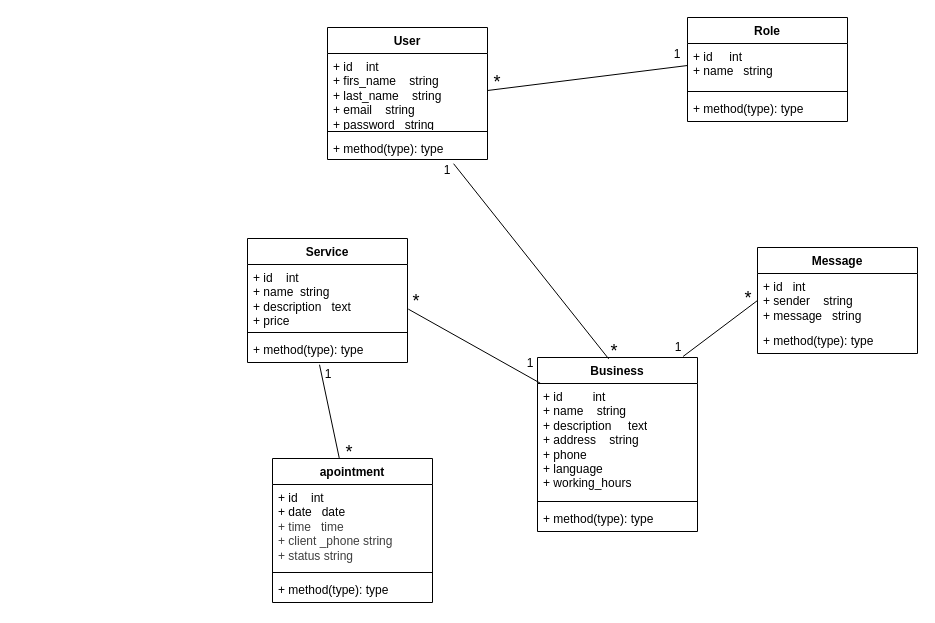
zakariaallam/SmartReply keeps this draw.io diagram as UML/Diagramme se class (SmartReplay).drawio. Above is the earlier version. Source tidied: cells renumbered, new cells numbered last; positions are measured from the earlier drawing's top-left corner, leaving out a move shared by most shapes. Both pictures are drawn from the tidied source at 100%, with x=0, y=0 at pixel (247, 17).
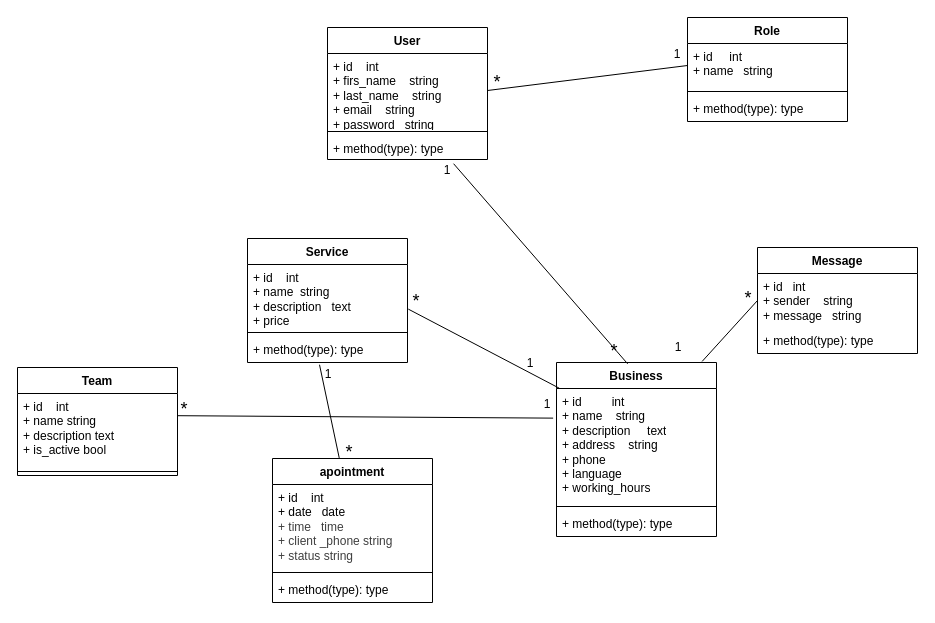
Above is the later version.

Unchanged cells that the change refers to:
```xml
<mxCell id="18" value="+ id&amp;nbsp; &amp;nbsp; &amp;nbsp; &amp;nbsp; &amp;nbsp;int&lt;div&gt;+ name&amp;nbsp; &amp;nbsp; string&lt;br&gt;&lt;div&gt;+ description&amp;nbsp; &amp;nbsp; &amp;nbsp;text&lt;/div&gt;&lt;div&gt;+ address&amp;nbsp; &amp;nbsp; string&lt;/div&gt;&lt;div&gt;+ phone&amp;nbsp; &amp;nbsp;&lt;/div&gt;&lt;div&gt;+ language&lt;/div&gt;&lt;div&gt;+ working_hours&lt;/div&gt;&lt;/div&gt;" style="text;strokeColor=none;fillColor=none;align=left;verticalAlign=top;spacingLeft=4;spacingRight=4;overflow=hidden;points=[[0,0.5],[1,0.5]];portConstraint=eastwest;whiteSpace=wrap;html=1;" parent="17" vertex="1">
  <mxGeometry y="26" width="160" height="114" as="geometry" />
</mxCell>
```

Diff of the diagram source:
```diff
@@
     <mxCell id="17" value="Business" style="swimlane;fontStyle=1;align=center;verticalAlign=top;horizontal=1;startSize=26;whiteSpace=wrap;html=1;" parent="1" vertex="1">
-      <mxGeometry x="290" y="340" width="160" height="174" as="geometry" />
+      <mxGeometry x="309" y="345" width="160" height="174" as="geometry" />
     </mxCell>
@@
+    <mxCell id="40" value="Team" style="swimlane;fontStyle=1;align=center;verticalAlign=top;horizontal=1;startSize=26;whiteSpace=wrap;html=1;" parent="1" vertex="1">
+      <mxGeometry x="-230" y="350" width="160" height="108" as="geometry" />
+    </mxCell>
+    <mxCell id="41" value="+ id&amp;nbsp; &amp;nbsp; int&amp;nbsp;&lt;div&gt;+ name string&lt;br&gt;&lt;div&gt;+ description text&lt;/div&gt;&lt;div&gt;+ is_active bool&lt;/div&gt;&lt;/div&gt;" style="text;strokeColor=none;fillColor=none;align=left;verticalAlign=top;spacingLeft=4;spacingRight=4;overflow=hidden;points=[[0,0.5],[1,0.5]];portConstraint=eastwest;whiteSpace=wrap;html=1;" parent="40" vertex="1">
+      <mxGeometry y="26" width="160" height="74" as="geometry" />
+    </mxCell>
+    <mxCell id="42" style="line;strokeWidth=1;fillColor=none;align=left;verticalAlign=middle;spacingTop=-1;spacingLeft=3;spacingRight=3;labelPosition=right;strokeColor=inherit;" parent="40" vertex="1">
+      <mxGeometry y="100" width="160" height="8" as="geometry" />
+    </mxCell>
+    <mxCell id="43" style="endArrow=none;html=1;rounded=0;exitX=1.001;exitY=0.3;exitDx=0;exitDy=0;entryX=-0.021;entryY=0.26;entryDx=0;entryDy=0;exitPerimeter=0;entryPerimeter=0;" parent="1" edge="1" source="41" target="18">
+      <mxGeometry relative="1" as="geometry" />
+    </mxCell>
+    <mxCell id="44" value="&lt;font style=&quot;font-size: 18px;&quot;&gt;*&lt;/font&gt;" style="text;html=1;whiteSpace=wrap;strokeColor=none;fillColor=none;align=center;verticalAlign=middle;rounded=0;" parent="1" vertex="1">
+      <mxGeometry x="-93" y="377" width="60" height="30" as="geometry" />
+    </mxCell>
+    <mxCell id="45" value="&lt;font style=&quot;font-size: 12px;&quot;&gt;1&lt;/font&gt;" style="text;html=1;whiteSpace=wrap;strokeColor=none;fillColor=none;align=center;verticalAlign=middle;rounded=0;" parent="1" vertex="1">
+      <mxGeometry x="270" y="372" width="60" height="30" as="geometry" />
+    </mxCell>
```
